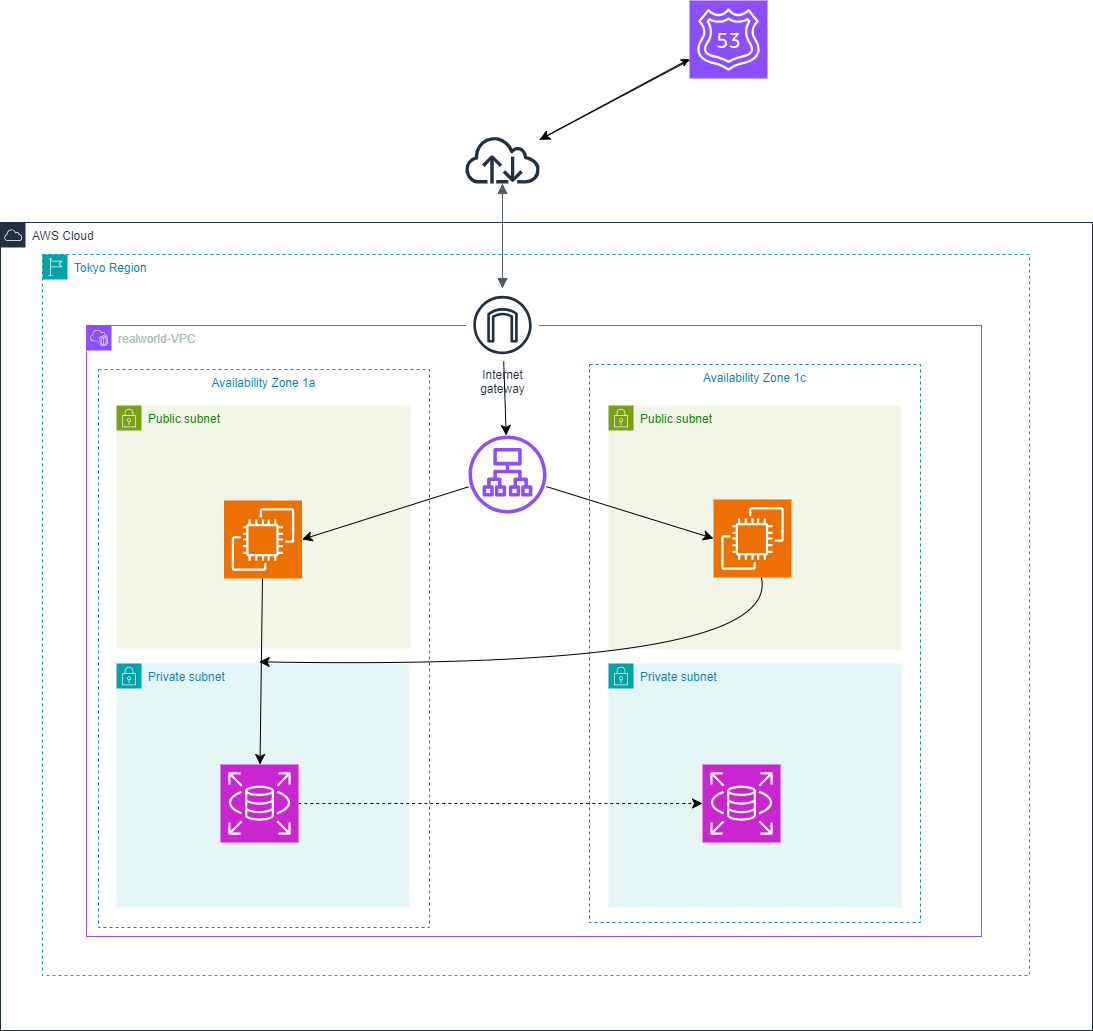
This is realworld.drawio.png from shihoin2/AWSquest, a draw.io export, as it was before one commit. Source tidied: cells renumbered, new cells last; positions are measured from the earlier drawing's top-left corner, leaving out a move shared by most shapes. Source of this version:
```xml
<mxGraphModel>
  <root>
    <mxCell id="0" />
    <mxCell id="1" parent="0" />
    <mxCell id="2" value="realworld-VPC" style="gradientColor=none;html=1;whiteSpace=wrap;fontSize=12;fontStyle=0;shape=mxgraph.aws4.group;grIcon=mxgraph.aws4.group_vpc2;strokeColor=#8C4FFF;fillColor=none;verticalAlign=top;align=left;spacingLeft=30;fontColor=#AAB7B8;dashed=0;" parent="1" vertex="1">
      <mxGeometry x="86" y="325" width="895" height="611" as="geometry" />
    </mxCell>
    <mxCell id="3" value="Public subnet" style="gradientColor=none;html=1;whiteSpace=wrap;fontSize=12;fontStyle=0;shape=mxgraph.aws4.group;grIcon=mxgraph.aws4.group_security_group;grStroke=0;strokeColor=#7AA116;fillColor=#F2F6E8;verticalAlign=top;align=left;spacingLeft=30;fontColor=#248814;dashed=0;" parent="2" vertex="1">
      <mxGeometry x="522" y="80" width="293" height="244" as="geometry" />
    </mxCell>
    <mxCell id="4" value="Private subnet" style="gradientColor=none;html=1;whiteSpace=wrap;fontSize=12;fontStyle=0;shape=mxgraph.aws4.group;grIcon=mxgraph.aws4.group_security_group;grStroke=0;strokeColor=#00A4A6;fillColor=#E6F6F7;verticalAlign=top;align=left;spacingLeft=30;fontColor=#147EBA;dashed=0;" parent="2" vertex="1">
      <mxGeometry x="522" y="338" width="293" height="244" as="geometry" />
    </mxCell>
    <mxCell id="5" value="Public subnet" style="gradientColor=none;html=1;whiteSpace=wrap;fontSize=12;fontStyle=0;shape=mxgraph.aws4.group;grIcon=mxgraph.aws4.group_security_group;grStroke=0;strokeColor=#7AA116;fillColor=#F2F6E8;verticalAlign=top;align=left;spacingLeft=30;fontColor=#248814;dashed=0;" parent="2" vertex="1">
      <mxGeometry x="30" y="80" width="294" height="243" as="geometry" />
    </mxCell>
    <mxCell id="6" value="Availability Zone 1a" style="fillColor=none;strokeColor=#147EBA;dashed=1;verticalAlign=top;fontStyle=0;fontColor=#147EBA;whiteSpace=wrap;html=1;" parent="5" vertex="1">
      <mxGeometry x="-18" y="-36" width="331" height="558" as="geometry" />
    </mxCell>
    <mxCell id="7" style="sketch=0;points=[[0,0,0],[0.25,0,0],[0.5,0,0],[0.75,0,0],[1,0,0],[0,1,0],[0.25,1,0],[0.5,1,0],[0.75,1,0],[1,1,0],[0,0.25,0],[0,0.5,0],[0,0.75,0],[1,0.25,0],[1,0.5,0],[1,0.75,0]];outlineConnect=0;fontColor=#232F3E;fillColor=#ED7100;strokeColor=#ffffff;dashed=0;verticalLabelPosition=bottom;verticalAlign=top;align=center;html=1;fontSize=12;fontStyle=0;shape=mxgraph.aws4.resourceIcon;resIcon=mxgraph.aws4.ec2;" parent="5" vertex="1">
      <mxGeometry x="107.5" y="95" width="78" height="78" as="geometry" />
    </mxCell>
    <mxCell id="8" value="Private subnet" style="gradientColor=none;html=1;whiteSpace=wrap;fontSize=12;fontStyle=0;shape=mxgraph.aws4.group;grIcon=mxgraph.aws4.group_security_group;grStroke=0;strokeColor=#00A4A6;fillColor=#E6F6F7;verticalAlign=top;align=left;spacingLeft=30;fontColor=#147EBA;dashed=0;" parent="2" vertex="1">
      <mxGeometry x="30" y="338" width="293" height="244" as="geometry" />
    </mxCell>
    <mxCell id="9" style="sketch=0;outlineConnect=0;fontColor=#232F3E;gradientColor=none;fillColor=#232F3D;strokeColor=none;dashed=0;verticalLabelPosition=bottom;verticalAlign=top;align=center;html=1;fontSize=12;fontStyle=0;shape=mxgraph.aws4.internet;" parent="1" vertex="1">
      <mxGeometry x="463" y="135" width="78" height="48" as="geometry" />
    </mxCell>
    <mxCell id="10" style="edgeStyle=orthogonalEdgeStyle;html=1;endArrow=block;elbow=vertical;startArrow=block;startFill=1;endFill=1;strokeColor=#545B64;rounded=0;fontSize=12;startSize=8;endSize=8;" parent="1" edge="1" source="9" target="13">
      <mxGeometry relative="1" as="geometry">
        <Array as="points">
          <mxPoint x="502" y="275" />
          <mxPoint x="502" y="275" />
        </Array>
      </mxGeometry>
    </mxCell>
    <mxCell id="11" value="Tokyo Region" style="gradientColor=none;html=1;whiteSpace=wrap;fontSize=12;fontStyle=0;shape=mxgraph.aws4.group;grIcon=mxgraph.aws4.group_region;strokeColor=#00A4A6;fillColor=none;verticalAlign=top;align=left;spacingLeft=30;fontColor=#147EBA;dashed=1;" parent="1" vertex="1">
      <mxGeometry x="42" y="254" width="987" height="721" as="geometry" />
    </mxCell>
    <mxCell id="12" value="Availability Zone 1c" style="fillColor=none;strokeColor=#147EBA;dashed=1;verticalAlign=top;fontStyle=0;fontColor=#147EBA;whiteSpace=wrap;html=1;" parent="11" vertex="1">
      <mxGeometry x="547" y="110" width="331" height="558" as="geometry" />
    </mxCell>
    <mxCell id="13" value="Internet&#10;gateway" style="sketch=0;outlineConnect=0;fontColor=#232F3E;gradientColor=none;strokeColor=#232F3E;fillColor=#ffffff;dashed=0;verticalLabelPosition=bottom;verticalAlign=top;align=center;html=1;fontSize=12;fontStyle=0;shape=mxgraph.aws4.resourceIcon;resIcon=mxgraph.aws4.internet_gateway;" parent="11" vertex="1">
      <mxGeometry x="423.5" y="34" width="73" height="73" as="geometry" />
    </mxCell>
    <mxCell id="14" style="edgeStyle=none;curved=1;rounded=0;jettySize=auto;html=1;fontSize=12;startSize=8;endSize=8;" parent="11" edge="1" source="15">
      <mxGeometry relative="1" as="geometry">
        <mxPoint x="216.7" y="407.3" as="targetPoint" />
        <Array as="points">
          <mxPoint x="740" y="416" />
        </Array>
      </mxGeometry>
    </mxCell>
    <mxCell id="15" style="sketch=0;points=[[0,0,0],[0.25,0,0],[0.5,0,0],[0.75,0,0],[1,0,0],[0,1,0],[0.25,1,0],[0.5,1,0],[0.75,1,0],[1,1,0],[0,0.25,0],[0,0.5,0],[0,0.75,0],[1,0.25,0],[1,0.5,0],[1,0.75,0]];outlineConnect=0;fontColor=#232F3E;fillColor=#ED7100;strokeColor=#ffffff;dashed=0;verticalLabelPosition=bottom;verticalAlign=top;align=center;html=1;fontSize=12;fontStyle=0;shape=mxgraph.aws4.resourceIcon;resIcon=mxgraph.aws4.ec2;" parent="11" vertex="1">
      <mxGeometry x="671" y="245" width="78" height="78" as="geometry" />
    </mxCell>
    <mxCell id="16" value="AWS Cloud" style="gradientColor=none;html=1;whiteSpace=wrap;fontSize=12;fontStyle=0;shape=mxgraph.aws4.group;grIcon=mxgraph.aws4.group_aws_cloud;strokeColor=#232F3E;fillColor=none;verticalAlign=top;align=left;spacingLeft=30;fontColor=#232F3E;dashed=0;" parent="1" vertex="1">
      <mxGeometry y="222" width="1092" height="808" as="geometry" />
    </mxCell>
    <mxCell id="17" style="sketch=0;outlineConnect=0;fontColor=#232F3E;gradientColor=none;fillColor=#8C4FFF;strokeColor=none;dashed=0;verticalLabelPosition=bottom;verticalAlign=top;align=center;html=1;fontSize=12;fontStyle=0;shape=mxgraph.aws4.application_load_balancer;" parent="16" vertex="1">
      <mxGeometry x="468" y="213" width="78" height="78" as="geometry" />
    </mxCell>
    <mxCell id="18" style="edgeStyle=none;curved=1;rounded=0;jettySize=auto;html=1;fontSize=12;startSize=8;endSize=8;dashed=1;" parent="16" edge="1" source="19" target="20">
      <mxGeometry relative="1" as="geometry" />
    </mxCell>
    <mxCell id="19" style="sketch=0;points=[[0,0,0],[0.25,0,0],[0.5,0,0],[0.75,0,0],[1,0,0],[0,1,0],[0.25,1,0],[0.5,1,0],[0.75,1,0],[1,1,0],[0,0.25,0],[0,0.5,0],[0,0.75,0],[1,0.25,0],[1,0.5,0],[1,0.75,0]];outlineConnect=0;fontColor=#232F3E;fillColor=#C925D1;strokeColor=#ffffff;dashed=0;verticalLabelPosition=bottom;verticalAlign=top;align=center;html=1;fontSize=12;fontStyle=0;shape=mxgraph.aws4.resourceIcon;resIcon=mxgraph.aws4.rds;" parent="16" vertex="1">
      <mxGeometry x="220" y="542" width="78" height="78" as="geometry" />
    </mxCell>
    <mxCell id="20" style="sketch=0;points=[[0,0,0],[0.25,0,0],[0.5,0,0],[0.75,0,0],[1,0,0],[0,1,0],[0.25,1,0],[0.5,1,0],[0.75,1,0],[1,1,0],[0,0.25,0],[0,0.5,0],[0,0.75,0],[1,0.25,0],[1,0.5,0],[1,0.75,0]];outlineConnect=0;fontColor=#232F3E;fillColor=#C925D1;strokeColor=#ffffff;dashed=0;verticalLabelPosition=bottom;verticalAlign=top;align=center;html=1;fontSize=12;fontStyle=0;shape=mxgraph.aws4.resourceIcon;resIcon=mxgraph.aws4.rds;" parent="16" vertex="1">
      <mxGeometry x="702" y="542" width="78" height="78" as="geometry" />
    </mxCell>
    <mxCell id="21" style="edgeStyle=none;curved=1;rounded=0;jettySize=auto;html=1;fontSize=12;startSize=8;endSize=8;" parent="1" edge="1" source="13" target="17">
      <mxGeometry relative="1" as="geometry" />
    </mxCell>
    <mxCell id="22" style="edgeStyle=none;curved=1;rounded=0;jettySize=auto;html=1;fontSize=12;startSize=8;endSize=8;" parent="1" edge="1" source="23" target="9">
      <mxGeometry relative="1" as="geometry" />
    </mxCell>
    <mxCell id="23" style="sketch=0;points=[[0,0,0],[0.25,0,0],[0.5,0,0],[0.75,0,0],[1,0,0],[0,1,0],[0.25,1,0],[0.5,1,0],[0.75,1,0],[1,1,0],[0,0.25,0],[0,0.5,0],[0,0.75,0],[1,0.25,0],[1,0.5,0],[1,0.75,0]];outlineConnect=0;fontColor=#232F3E;fillColor=#8C4FFF;strokeColor=#ffffff;dashed=0;verticalLabelPosition=bottom;verticalAlign=top;align=center;html=1;fontSize=12;fontStyle=0;shape=mxgraph.aws4.resourceIcon;resIcon=mxgraph.aws4.route_53;" parent="1" vertex="1">
      <mxGeometry x="689" width="78" height="78" as="geometry" />
    </mxCell>
    <mxCell id="24" style="edgeStyle=none;curved=1;rounded=0;jettySize=auto;html=1;entryX=0;entryY=0.75;entryDx=0;entryDy=0;entryPerimeter=0;fontSize=12;" parent="1" edge="1" source="9" target="23">
      <mxGeometry relative="1" as="geometry" />
    </mxCell>
    <mxCell id="25" style="edgeStyle=none;curved=1;rounded=0;jettySize=auto;html=1;entryX=1;entryY=0.5;entryDx=0;entryDy=0;entryPerimeter=0;fontSize=12;startSize=8;endSize=8;" parent="1" edge="1" source="17" target="7">
      <mxGeometry relative="1" as="geometry" />
    </mxCell>
    <mxCell id="26" style="edgeStyle=none;curved=1;rounded=0;jettySize=auto;html=1;entryX=0;entryY=0.5;entryDx=0;entryDy=0;entryPerimeter=0;fontSize=12;startSize=8;endSize=8;" parent="1" edge="1" source="17" target="15">
      <mxGeometry relative="1" as="geometry" />
    </mxCell>
    <mxCell id="27" style="edgeStyle=none;curved=1;rounded=0;jettySize=auto;html=1;fontSize=12;startSize=8;endSize=8;" parent="1" edge="1" source="7" target="19">
      <mxGeometry relative="1" as="geometry" />
    </mxCell>
  </root>
</mxGraphModel>
```
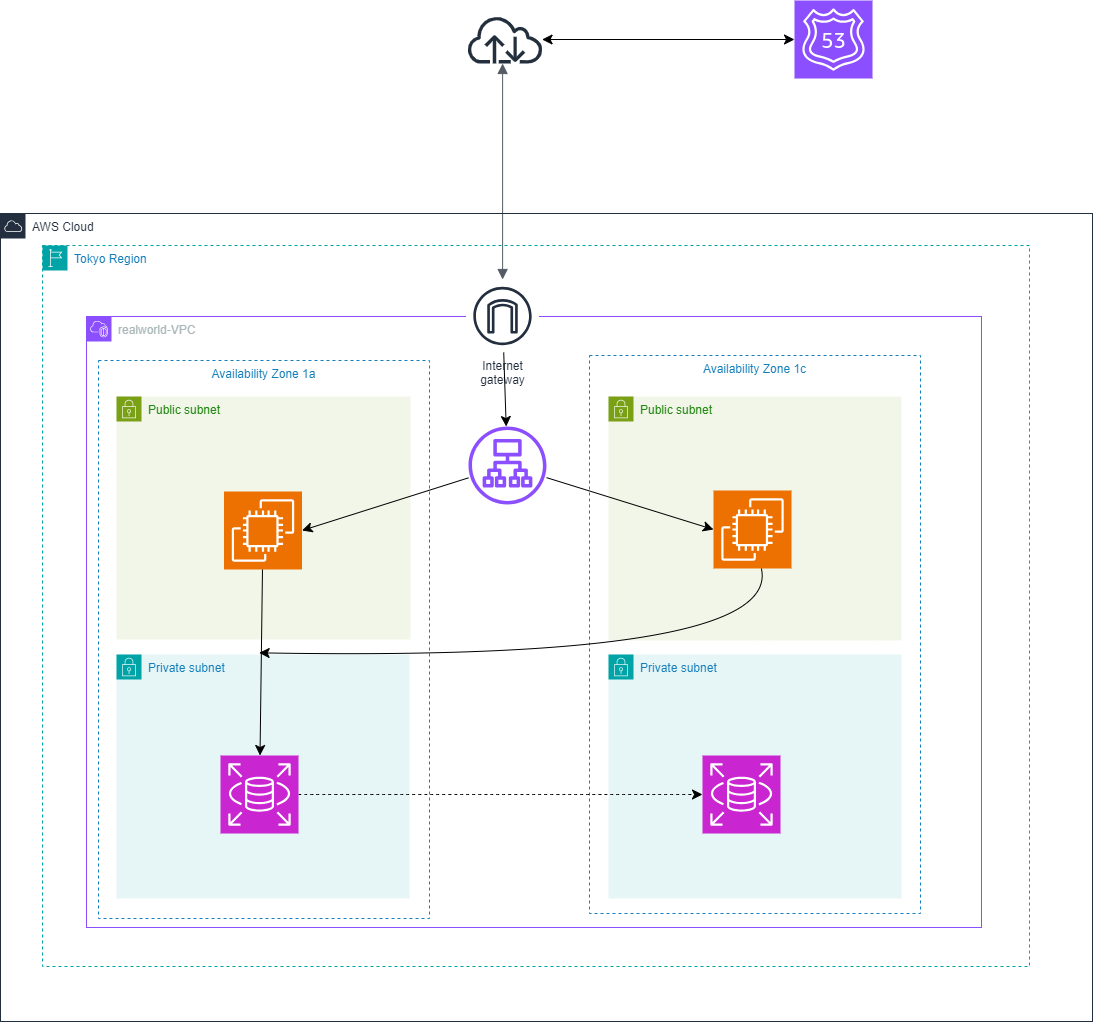
The same file after the commit.

Commit message:
realworld.drawio.png を更新します

Change to the diagram source:
```diff
@@ -24,7 +24,7 @@
       <mxGeometry x="30" y="338" width="293" height="244" as="geometry" />
     </mxCell>
     <mxCell id="9" style="sketch=0;outlineConnect=0;fontColor=#232F3E;gradientColor=none;fillColor=#232F3D;strokeColor=none;dashed=0;verticalLabelPosition=bottom;verticalAlign=top;align=center;html=1;fontSize=12;fontStyle=0;shape=mxgraph.aws4.internet;" parent="1" vertex="1">
-      <mxGeometry x="463" y="135" width="78" height="48" as="geometry" />
+      <mxGeometry x="465.5" y="24" width="78" height="48" as="geometry" />
     </mxCell>
     <mxCell id="10" style="edgeStyle=orthogonalEdgeStyle;html=1;endArrow=block;elbow=vertical;startArrow=block;startFill=1;endFill=1;strokeColor=#545B64;rounded=0;fontSize=12;startSize=8;endSize=8;" parent="1" edge="1" source="9" target="13">
       <mxGeometry relative="1" as="geometry">
@@ -72,15 +72,9 @@
     <mxCell id="21" style="edgeStyle=none;curved=1;rounded=0;jettySize=auto;html=1;fontSize=12;startSize=8;endSize=8;" parent="1" edge="1" source="13" target="17">
       <mxGeometry relative="1" as="geometry" />
     </mxCell>
-    <mxCell id="22" style="edgeStyle=none;curved=1;rounded=0;jettySize=auto;html=1;fontSize=12;startSize=8;endSize=8;" parent="1" edge="1" source="23" target="9">
-      <mxGeometry relative="1" as="geometry" />
-    </mxCell>
     <mxCell id="23" style="sketch=0;points=[[0,0,0],[0.25,0,0],[0.5,0,0],[0.75,0,0],[1,0,0],[0,1,0],[0.25,1,0],[0.5,1,0],[0.75,1,0],[1,1,0],[0,0.25,0],[0,0.5,0],[0,0.75,0],[1,0.25,0],[1,0.5,0],[1,0.75,0]];outlineConnect=0;fontColor=#232F3E;fillColor=#8C4FFF;strokeColor=#ffffff;dashed=0;verticalLabelPosition=bottom;verticalAlign=top;align=center;html=1;fontSize=12;fontStyle=0;shape=mxgraph.aws4.resourceIcon;resIcon=mxgraph.aws4.route_53;" parent="1" vertex="1">
-      <mxGeometry x="689" width="78" height="78" as="geometry" />
+      <mxGeometry x="794" y="9" width="78" height="78" as="geometry" />
     </mxCell>
-    <mxCell id="24" style="edgeStyle=none;curved=1;rounded=0;jettySize=auto;html=1;entryX=0;entryY=0.75;entryDx=0;entryDy=0;entryPerimeter=0;fontSize=12;" parent="1" edge="1" source="9" target="23">
-      <mxGeometry relative="1" as="geometry" />
-    </mxCell>
     <mxCell id="25" style="edgeStyle=none;curved=1;rounded=0;jettySize=auto;html=1;entryX=1;entryY=0.5;entryDx=0;entryDy=0;entryPerimeter=0;fontSize=12;startSize=8;endSize=8;" parent="1" edge="1" source="17" target="7">
       <mxGeometry relative="1" as="geometry" />
     </mxCell>
@@ -90,5 +84,8 @@
     <mxCell id="27" style="edgeStyle=none;curved=1;rounded=0;jettySize=auto;html=1;fontSize=12;startSize=8;endSize=8;" parent="1" edge="1" source="7" target="19">
       <mxGeometry relative="1" as="geometry" />
     </mxCell>
+    <mxCell id="24" style="edgeStyle=none;curved=1;rounded=0;jettySize=auto;html=1;entryX=0;entryY=0.5;entryDx=0;entryDy=0;entryPerimeter=0;fontSize=12;startSize=8;endSize=8;startArrow=classic;" parent="1" edge="1" source="9" target="23">
+      <mxGeometry relative="1" as="geometry" />
+    </mxCell>
   </root>
 </mxGraphModel>
```
